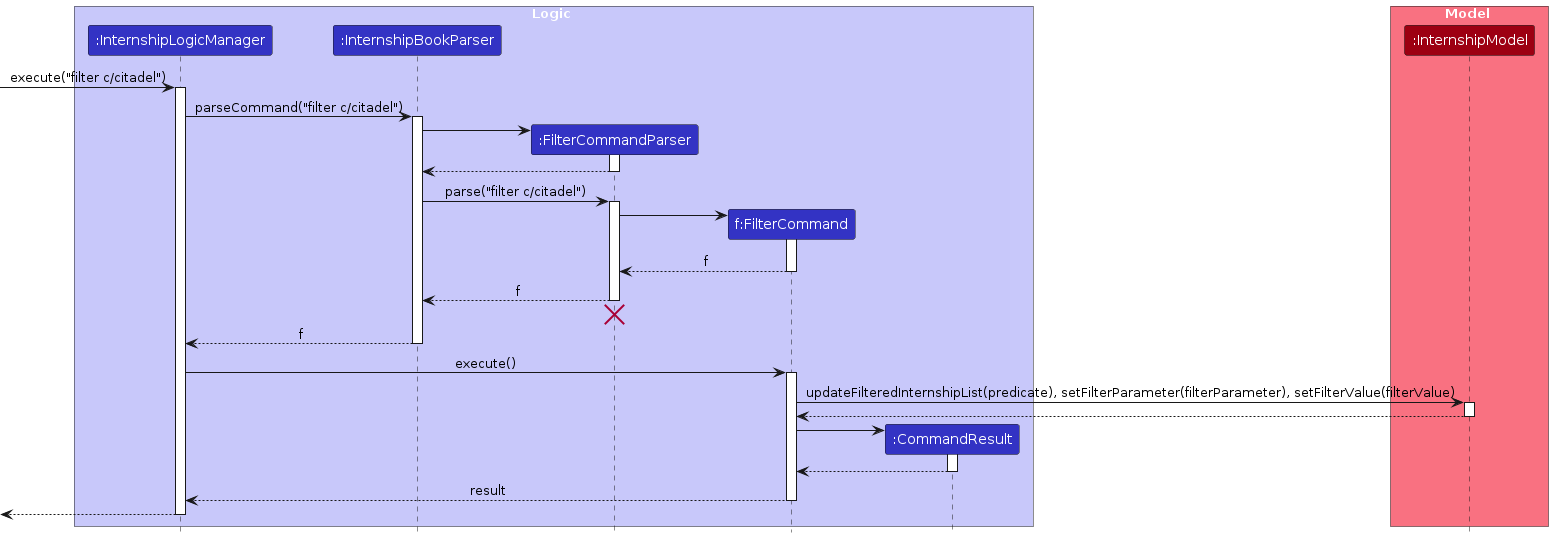
AY2324S1-CS2103T-W17-1/tp keeps this PlantUML diagram as diagrams/FilterSequenceDiagram.png. Above is the earlier version. Its source is kept beside it as diagrams/FilterSequenceDiagram.puml. Source of this version:
```plantuml
@startuml
!include style.puml
skinparam ArrowFontStyle plain

box Logic LOGIC_COLOR_T1
participant ":InternshipLogicManager" as InternshipLogicManager LOGIC_COLOR
participant ":InternshipBookParser" as InternshipBookParser LOGIC_COLOR
participant ":FilterCommandParser" as FilterCommandParser LOGIC_COLOR
participant "f:FilterCommand" as FilterCommand LOGIC_COLOR
participant ":CommandResult" as CommandResult LOGIC_COLOR
end box

box Model MODEL_COLOR_T1
participant ":InternshipModel" as Model MODEL_COLOR
end box

[-> InternshipLogicManager : execute("filter c/citadel")
activate InternshipLogicManager

InternshipLogicManager -> InternshipBookParser : parseCommand("filter c/citadel")
activate InternshipBookParser

create FilterCommandParser
InternshipBookParser -> FilterCommandParser
activate FilterCommandParser

FilterCommandParser --> InternshipBookParser
deactivate FilterCommandParser

InternshipBookParser -> FilterCommandParser : parse("filter c/citadel")
activate FilterCommandParser

create FilterCommand
FilterCommandParser -> FilterCommand
activate FilterCommand

FilterCommand --> FilterCommandParser : f
deactivate FilterCommand

FilterCommandParser --> InternshipBookParser : f
deactivate FilterCommandParser
FilterCommandParser -[hidden]-> InternshipBookParser
destroy FilterCommandParser

InternshipBookParser --> InternshipLogicManager : f
deactivate InternshipBookParser

InternshipLogicManager -> FilterCommand : execute()
activate FilterCommand
FilterCommand -> Model : updateFilteredInternshipList(predicate), setFilterParameter(filterParameter), setFilterValue(filterValue)
activate Model

Model --> FilterCommand
deactivate Model

create CommandResult
FilterCommand -> CommandResult
activate CommandResult

CommandResult --> FilterCommand
deactivate CommandResult

FilterCommand --> InternshipLogicManager : result
deactivate FilterCommand

[<--InternshipLogicManager
deactivate InternshipLogicManager
@enduml
```
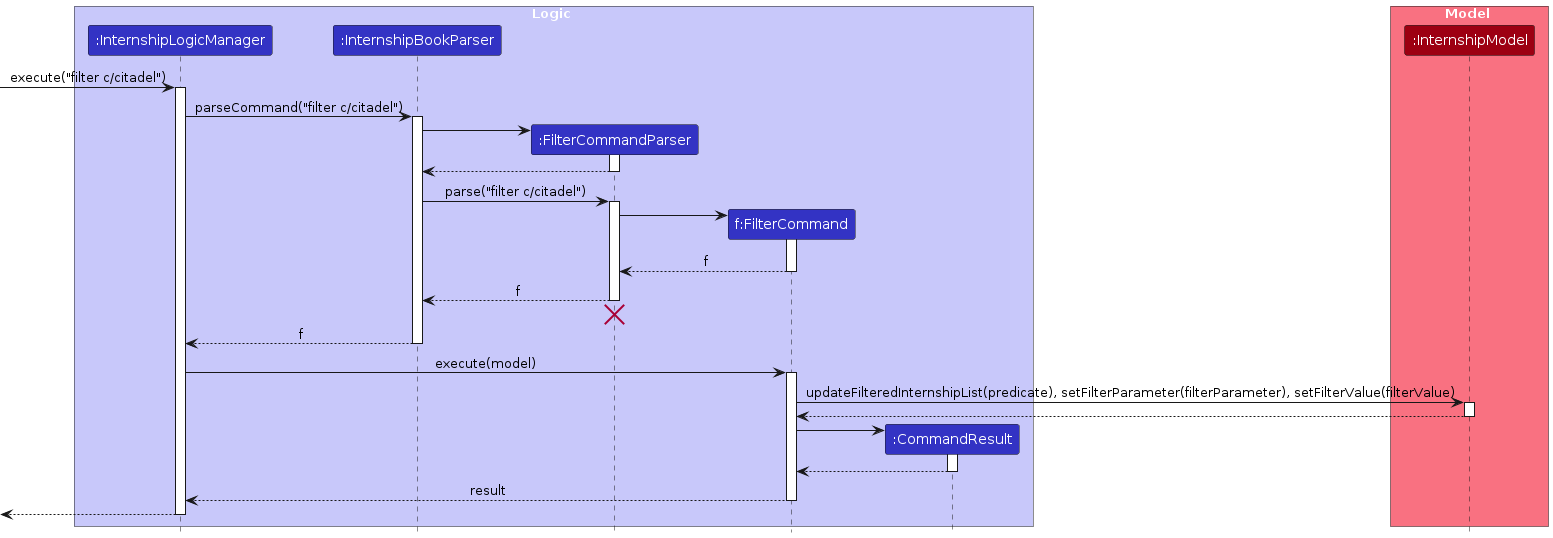
After the commit.

What changed in the source:
```diff
@@ -45,7 +45,7 @@
 InternshipBookParser --> InternshipLogicManager : f
 deactivate InternshipBookParser
 
-InternshipLogicManager -> FilterCommand : execute()
+InternshipLogicManager -> FilterCommand : execute(model)
 activate FilterCommand
 FilterCommand -> Model : updateFilteredInternshipList(predicate), setFilterParameter(filterParameter), setFilterValue(filterValue)
 activate Model
```
